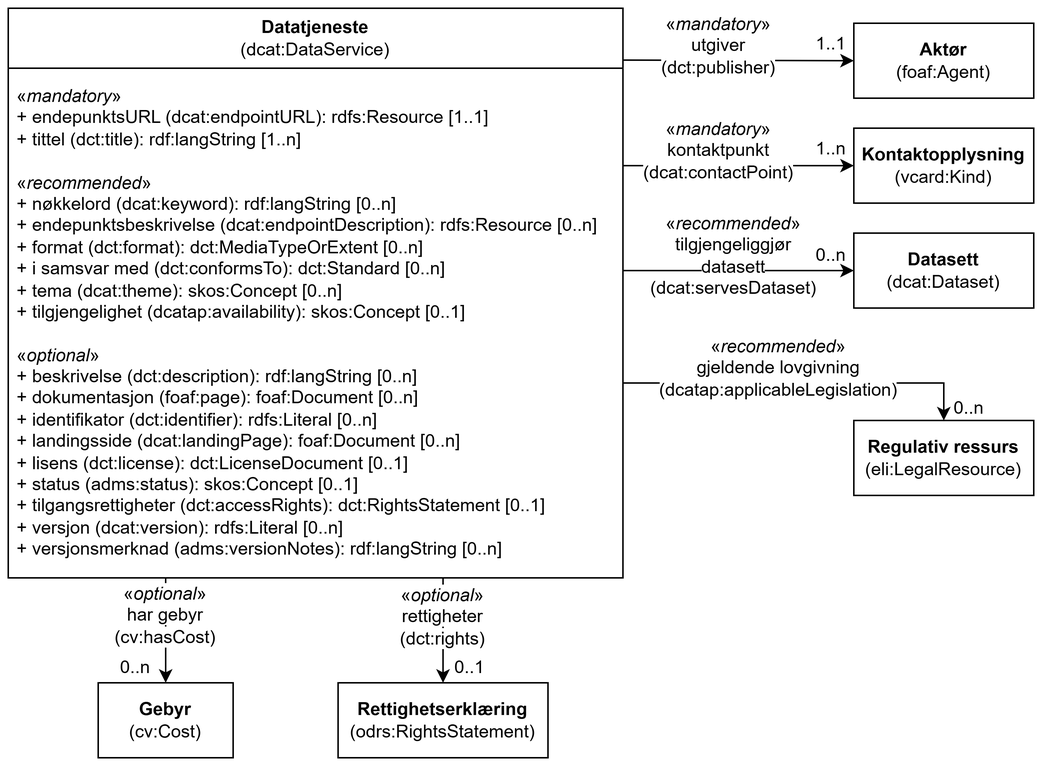
Informasjonsforvaltning/dcat-ap-no keeps this draw.io diagram as docs/images/Klassen-Datatjeneste.png. Above is the earlier version. Source tidied: cells renumbered, new cells last; positions are measured from the earlier drawing's top-left corner, leaving out a move shared by most shapes.
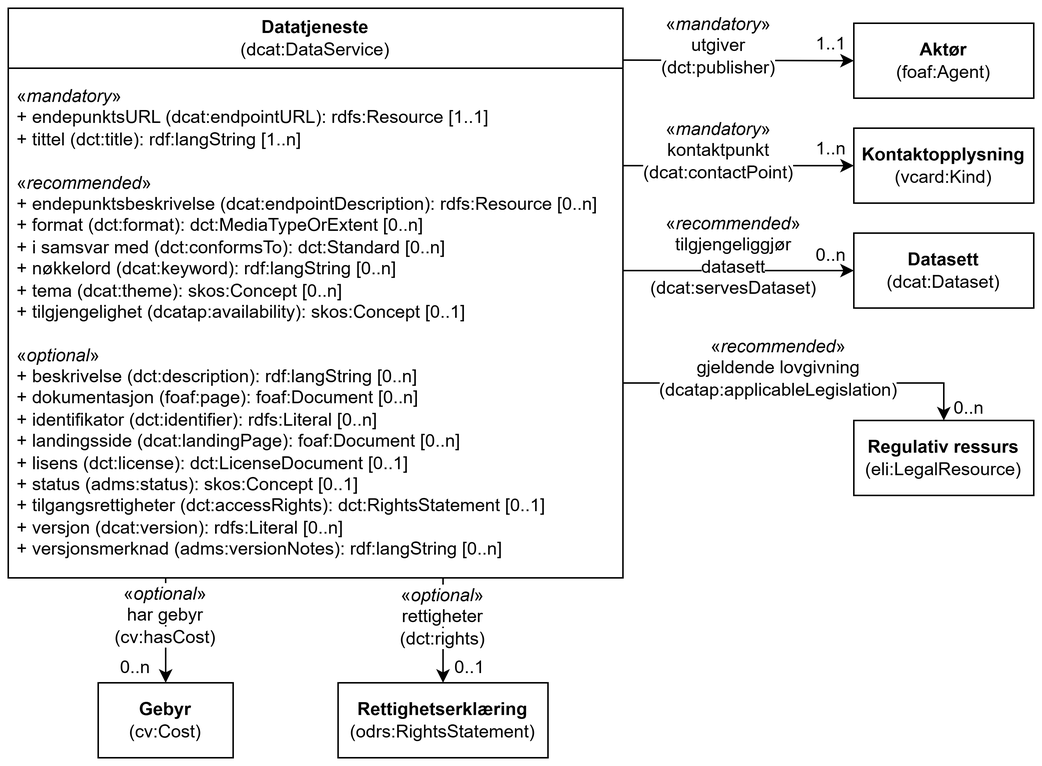
After the change.

What changed in the source:
```diff
@@ -8,7 +8,7 @@
     <mxCell id="3" value="Datatjeneste&lt;br&gt;&lt;span style=&quot;font-weight: normal;&quot;&gt;(dcat:DataService)&lt;/span&gt;" style="swimlane;whiteSpace=wrap;html=1;startSize=40;" parent="1" vertex="1">
       <mxGeometry width="410" height="380" as="geometry" />
     </mxCell>
-    <mxCell id="4" value="«&lt;i style=&quot;&quot;&gt;mandatory&lt;/i&gt;»&lt;br&gt;&lt;div&gt;+ endepunktsURL (dcat:endpointURL): rdfs:Resource [1..1]&lt;/div&gt;&lt;div&gt;+ tittel (dct:title): rdf:langString [1..n]&lt;br&gt;&lt;/div&gt;&lt;div&gt;&lt;br&gt;&lt;/div&gt;&lt;div&gt;&lt;div style=&quot;border-color: var(--border-color);&quot;&gt;«&lt;i style=&quot;border-color: var(--border-color);&quot;&gt;recommended&lt;/i&gt;»&lt;/div&gt;&lt;div style=&quot;border-color: var(--border-color);&quot;&gt;+ nøkkelord (dcat:keyword):&amp;nbsp;rdf:langString&amp;nbsp;[0..n]&lt;br&gt;&lt;/div&gt;&lt;div style=&quot;border-color: var(--border-color);&quot;&gt;+ endepunktsbeskrivelse (dcat:endpointDescription): rdfs:Resource [0..n]&lt;/div&gt;&lt;div style=&quot;border-color: var(--border-color);&quot;&gt;+ format (dct:format): dct:MediaTypeOrExtent [0..n]&lt;/div&gt;&lt;div style=&quot;border-color: var(--border-color);&quot;&gt;+ i samsvar med (dct:conformsTo): dct:Standard [0..n]&lt;br&gt;&lt;/div&gt;&lt;/div&gt;&lt;div style=&quot;border-color: var(--border-color);&quot;&gt;+ tema (dcat:theme): skos:Concept [0..n]&lt;br&gt;&lt;/div&gt;&lt;div style=&quot;border-color: var(--border-color);&quot;&gt;+ tilgjengelighet (dcatap:availability): skos:Concept [0..1]&lt;br&gt;&lt;/div&gt;&lt;div style=&quot;border-color: var(--border-color);&quot;&gt;&lt;br&gt;&lt;/div&gt;&lt;div style=&quot;border-color: var(--border-color);&quot;&gt;&lt;div style=&quot;border-color: var(--border-color);&quot;&gt;«&lt;i style=&quot;border-color: var(--border-color);&quot;&gt;optional&lt;/i&gt;»&lt;/div&gt;&lt;div style=&quot;border-color: var(--border-color);&quot;&gt;+ beskrivelse (dct:description):&amp;nbsp;rdf:langString&amp;nbsp;[0..n]&lt;/div&gt;&lt;div style=&quot;border-color: var(--border-color);&quot;&gt;+&amp;nbsp;&lt;span style=&quot;border-color: var(--border-color);&quot;&gt;dokumentasjon (foaf:page): foaf:Document [0..n]&lt;/span&gt;&lt;br&gt;&lt;/div&gt;&lt;div&gt;+ identifikator (dct:identifier): rdfs:Literal [0..n]&lt;/div&gt;&lt;div style=&quot;border-color: var(--border-color);&quot;&gt;+ landingsside (dcat:landingPage): foaf:Document [0..n]&lt;br&gt;&lt;/div&gt;&lt;div style=&quot;border-color: var(--border-color);&quot;&gt;+ lisens (dct:license): dct:LicenseDocument [0..1]&lt;/div&gt;&lt;div style=&quot;border-color: var(--border-color);&quot;&gt;+ status (adms:status): skos:Concept [0..1]&lt;/div&gt;&lt;div style=&quot;border-color: var(--border-color);&quot;&gt;+ tilgangsrettigheter (dct:accessRights): dct:RightsStatement [0..1]&lt;/div&gt;&lt;div style=&quot;border-color: var(--border-color);&quot;&gt;+ versjon (dcat:version): rdfs:Literal [0..n]&lt;br style=&quot;border-color: var(--border-color);&quot;&gt;+ versjonsmerknad (adms:versionNotes):&amp;nbsp;rdf:langString&amp;nbsp;[0..n]&lt;br&gt;&lt;/div&gt;&lt;/div&gt;" style="text;strokeColor=none;fillColor=none;align=left;verticalAlign=top;spacingLeft=4;spacingRight=4;overflow=hidden;whiteSpace=wrap;html=1;fontStyle=0;" parent="3" vertex="1">
+    <mxCell id="4" value="«&lt;i style=&quot;&quot;&gt;mandatory&lt;/i&gt;»&lt;br&gt;&lt;div&gt;+ endepunktsURL (dcat:endpointURL): rdfs:Resource [1..1]&lt;/div&gt;&lt;div&gt;+ tittel (dct:title): rdf:langString [1..n]&lt;br&gt;&lt;/div&gt;&lt;div&gt;&lt;br&gt;&lt;/div&gt;&lt;div&gt;&lt;div style=&quot;border-color: var(--border-color);&quot;&gt;«&lt;i style=&quot;border-color: var(--border-color);&quot;&gt;recommended&lt;/i&gt;»&lt;/div&gt;&lt;div style=&quot;border-color: var(--border-color);&quot;&gt;&lt;span style=&quot;background-color: transparent; color: light-dark(rgb(0, 0, 0), rgb(255, 255, 255));&quot;&gt;+ endepunktsbeskrivelse (dcat:endpointDescription): rdfs:Resource [0..n]&lt;/span&gt;&lt;/div&gt;&lt;div style=&quot;border-color: var(--border-color);&quot;&gt;+ format (dct:format): dct:MediaTypeOrExtent [0..n]&lt;/div&gt;&lt;div style=&quot;border-color: var(--border-color);&quot;&gt;+ i samsvar med (dct:conformsTo): dct:Standard [0..n]&lt;br&gt;&lt;/div&gt;&lt;/div&gt;&lt;div style=&quot;border-color: rgb(218, 218, 218);&quot;&gt;+ nøkkelord (dcat:keyword):&amp;nbsp;rdf:langString&amp;nbsp;[0..n]&lt;br&gt;&lt;/div&gt;&lt;div style=&quot;border-color: var(--border-color);&quot;&gt;+ tema (dcat:theme): skos:Concept [0..n]&lt;br&gt;&lt;/div&gt;&lt;div style=&quot;border-color: var(--border-color);&quot;&gt;+ tilgjengelighet (dcatap:availability): skos:Concept [0..1]&lt;br&gt;&lt;/div&gt;&lt;div style=&quot;border-color: var(--border-color);&quot;&gt;&lt;br&gt;&lt;/div&gt;&lt;div style=&quot;border-color: var(--border-color);&quot;&gt;&lt;div style=&quot;border-color: var(--border-color);&quot;&gt;«&lt;i style=&quot;border-color: var(--border-color);&quot;&gt;optional&lt;/i&gt;»&lt;/div&gt;&lt;div style=&quot;border-color: var(--border-color);&quot;&gt;+ beskrivelse (dct:description):&amp;nbsp;rdf:langString&amp;nbsp;[0..n]&lt;/div&gt;&lt;div style=&quot;border-color: var(--border-color);&quot;&gt;+&amp;nbsp;&lt;span style=&quot;border-color: var(--border-color);&quot;&gt;dokumentasjon (foaf:page): foaf:Document [0..n]&lt;/span&gt;&lt;br&gt;&lt;/div&gt;&lt;div&gt;+ identifikator (dct:identifier): rdfs:Literal [0..n]&lt;/div&gt;&lt;div style=&quot;border-color: var(--border-color);&quot;&gt;+ landingsside (dcat:landingPage): foaf:Document [0..n]&lt;br&gt;&lt;/div&gt;&lt;div style=&quot;border-color: var(--border-color);&quot;&gt;+ lisens (dct:license): dct:LicenseDocument [0..1]&lt;/div&gt;&lt;div style=&quot;border-color: var(--border-color);&quot;&gt;+ status (adms:status): skos:Concept [0..1]&lt;/div&gt;&lt;div style=&quot;border-color: var(--border-color);&quot;&gt;+ tilgangsrettigheter (dct:accessRights): dct:RightsStatement [0..1]&lt;/div&gt;&lt;div style=&quot;border-color: var(--border-color);&quot;&gt;+ versjon (dcat:version): rdfs:Literal [0..n]&lt;br style=&quot;border-color: var(--border-color);&quot;&gt;+ versjonsmerknad (adms:versionNotes):&amp;nbsp;rdf:langString&amp;nbsp;[0..n]&lt;br&gt;&lt;/div&gt;&lt;/div&gt;" style="text;strokeColor=none;fillColor=none;align=left;verticalAlign=top;spacingLeft=4;spacingRight=4;overflow=hidden;whiteSpace=wrap;html=1;fontStyle=0;" parent="3" vertex="1">
       <mxGeometry y="45" width="430" height="325" as="geometry" />
     </mxCell>
     <mxCell id="5" value="&lt;b&gt;Aktør&lt;br&gt;&lt;/b&gt;(foaf:Agent)" style="rounded=0;whiteSpace=wrap;html=1;" parent="1" vertex="1">
```
